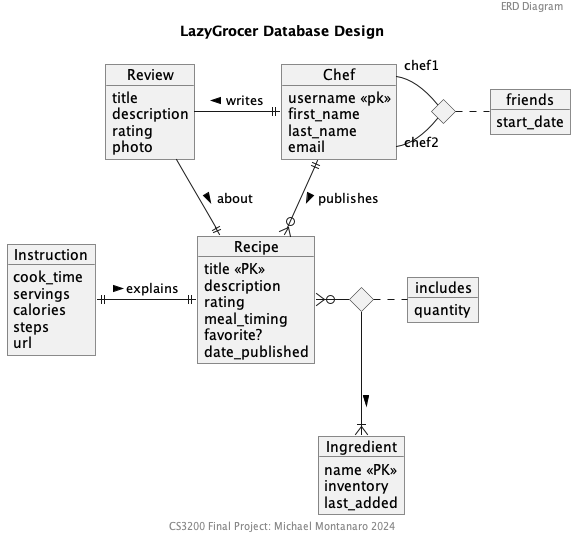
This is docs/diagrams/erd/LazyGrozerERDdiagram.png from montymi/LazyGrocer, a PlantUML export, as it was before one commit. Source of this version:
```plantuml
@startuml LazyGrozerERDdiagram

header ERD Diagram
title LazyGrocer Database Design
footer CS3200 Final Project: Michael Montanaro 2024

object Recipe {
    title <<PK>>
    description
    rating
    meal_timing
    favorite?
    date_published
}

object Instruction {
    cook_time
    servings
    calories
    steps
    url
}

object Ingredient {
    name <<PK>>
    inventory
    last_added
}

object Chef {
    username <<pk>>
    first_name
    last_name
    email
}

object includes {
    quantity
}
diamond DIncludes

object friends {
    start_date
}
diamond DFriends

object Review {
    title
    description
    rating
    photo
}

Recipe }o- DIncludes
DIncludes --|{ Ingredient: >
DIncludes . includes
Chef ||--o{ Recipe: publishes >
Chef "chef2" - DFriends
DFriends - "chef1" Chef
DFriends . friends
Review -|| Chef: writes <
Review --|| Recipe: about >
Instruction ||-|| Recipe: explains >

@enduml
```
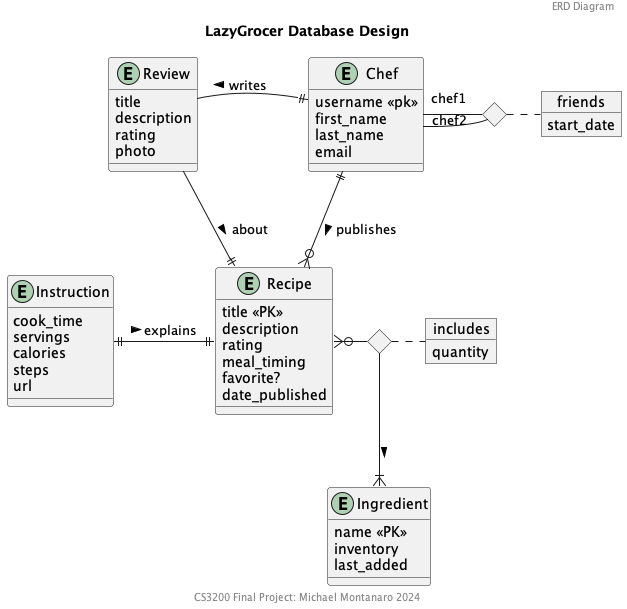
After the change.

Diff of the diagram source:
```diff
@@ -4,7 +4,7 @@
 title LazyGrocer Database Design
 footer CS3200 Final Project: Michael Montanaro 2024
 
-object Recipe {
+entity Recipe {
     title <<PK>>
     description
     rating
@@ -13,7 +13,7 @@
     date_published
 }
 
-object Instruction {
+entity Instruction {
     cook_time
     servings
     calories
@@ -21,13 +21,13 @@
     url
 }
 
-object Ingredient {
+entity Ingredient {
     name <<PK>>
     inventory
     last_added
 }
 
-object Chef {
+entity Chef {
     username <<pk>>
     first_name
     last_name
@@ -44,7 +44,7 @@
 }
 diamond DFriends
 
-object Review {
+entity Review {
     title
     description
     rating
```
